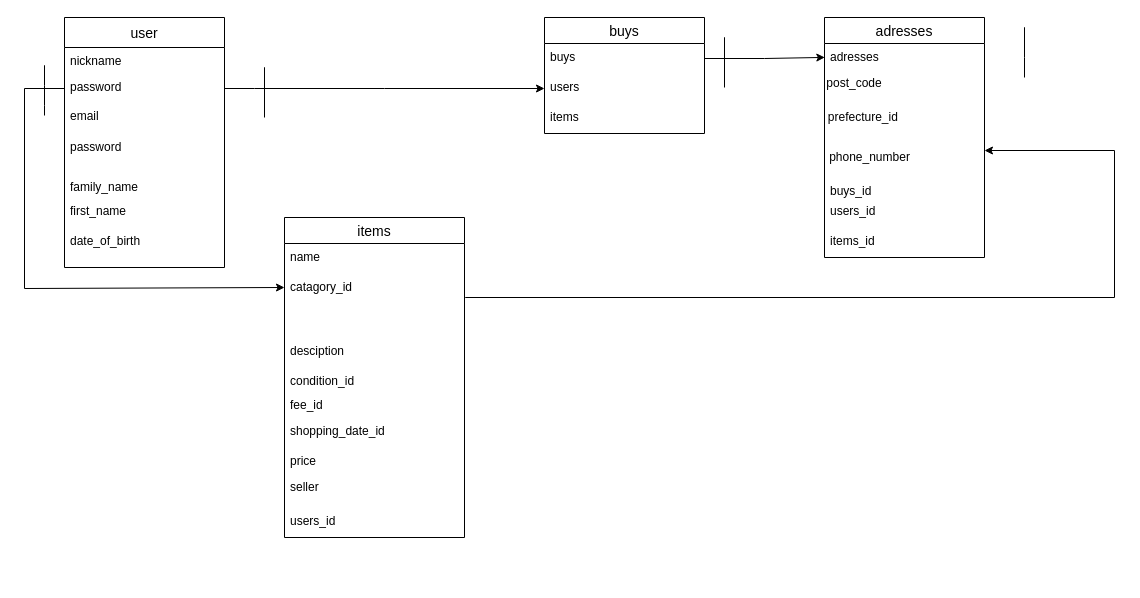
The draw.io diagram app/furima.dio in KINGKim2019/furima-29585, before the edit. Source tidied: cells renumbered, new cells numbered last; positions are measured from the earlier drawing's top-left corner, leaving out a move shared by most shapes. Both pictures are drawn from the tidied source at 100%, with x=0, y=0 at pixel (24, 17).
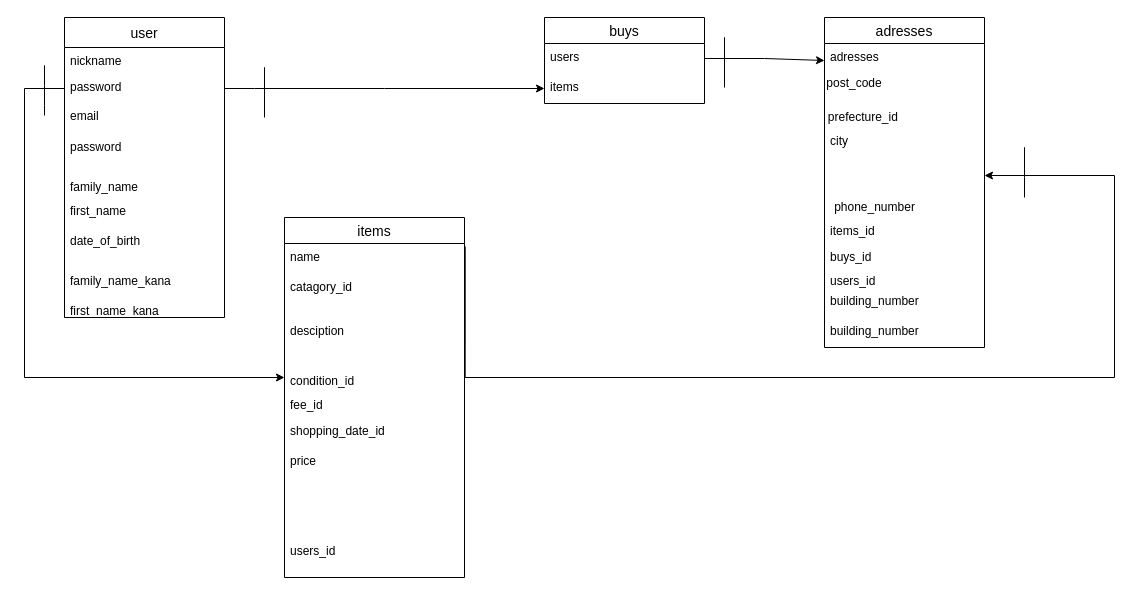
Above is the later version.

Unchanged cells that the change refers to:
```xml
<mxCell id="37" value="condition_id" style="text;strokeColor=none;fillColor=none;spacingLeft=4;spacingRight=4;overflow=hidden;points=[[0,0.5],[1,0.5]];portConstraint=eastwest;fontSize=12;" parent="1" vertex="1">
  <mxGeometry x="260" y="350" width="180" height="20" as="geometry" />
</mxCell>
```

Change to the diagram source:
```diff
@@
     <mxCell id="2" value="buys" style="swimlane;fontStyle=0;horizontal=1;startSize=26;align=center;fontSize=14;" parent="1" vertex="1">
-      <mxGeometry x="520" width="160" height="116" as="geometry" />
+      <mxGeometry x="520" width="160" height="86" as="geometry" />
     </mxCell>
-    <mxCell id="3" value="buys" style="text;strokeColor=none;fillColor=none;spacingLeft=4;spacingRight=4;overflow=hidden;points=[[0,0.5],[1,0.5]];portConstraint=eastwest;fontSize=12;" parent="2" vertex="1">
-      <mxGeometry y="26" width="160" height="30" as="geometry" />
-    </mxCell>
     <mxCell id="4" value="users" style="text;strokeColor=none;fillColor=none;spacingLeft=4;spacingRight=4;overflow=hidden;points=[[0,0.5],[1,0.5]];portConstraint=eastwest;fontSize=12;" parent="2" vertex="1">
-      <mxGeometry y="56" width="160" height="30" as="geometry" />
+      <mxGeometry y="26" width="160" height="30" as="geometry" />
     </mxCell>
     <mxCell id="5" value="items&#10;" style="text;strokeColor=none;fillColor=none;spacingLeft=4;spacingRight=4;overflow=hidden;points=[[0,0.5],[1,0.5]];portConstraint=eastwest;fontSize=12;" parent="2" vertex="1">
-      <mxGeometry y="86" width="160" height="30" as="geometry" />
+      <mxGeometry y="56" width="160" height="30" as="geometry" />
     </mxCell>
     <mxCell id="6" value="items" style="swimlane;fontStyle=0;horizontal=1;startSize=26;align=center;fontSize=14;" parent="1" vertex="1">
-      <mxGeometry x="260" y="200" width="180" height="320" as="geometry" />
+      <mxGeometry x="260" y="200" width="180" height="360" as="geometry" />
     </mxCell>
     <mxCell id="7" value="name" style="text;strokeColor=none;fillColor=none;spacingLeft=4;spacingRight=4;overflow=hidden;points=[[0,0.5],[1,0.5]];portConstraint=eastwest;fontSize=12;" parent="6" vertex="1">
-      <mxGeometry y="26" width="180" height="30" as="geometry" />
+      <mxGeometry y="26" width="180" height="294" as="geometry" />
     </mxCell>
-    <mxCell id="8" value="catagory_id&#10;" style="text;strokeColor=none;fillColor=none;spacingLeft=4;spacingRight=4;overflow=hidden;fontSize=12;" parent="6" vertex="1">
-      <mxGeometry y="56" width="180" height="264" as="geometry" />
-    </mxCell>
+    <mxCell id="33" value="users_id" style="text;strokeColor=none;fillColor=none;spacingLeft=4;spacingRight=4;overflow=hidden;fontSize=12;" parent="6" vertex="1">
+      <mxGeometry y="320" width="180" height="40" as="geometry" />
+    </mxCell>
     <mxCell id="9" value="adresses" style="swimlane;fontStyle=0;horizontal=1;startSize=26;align=center;fontSize=14;" parent="1" vertex="1">
-      <mxGeometry x="800" width="160" height="240" as="geometry" />
+      <mxGeometry x="800" width="160" height="330" as="geometry" />
     </mxCell>
     <mxCell id="10" value="adresses" style="text;strokeColor=none;fillColor=none;spacingLeft=4;spacingRight=4;overflow=hidden;points=[[0,0.5],[1,0.5]];portConstraint=eastwest;fontSize=12;" parent="9" vertex="1">
-      <mxGeometry y="26" width="160" height="214" as="geometry" />
+      <mxGeometry y="26" width="160" height="244" as="geometry" />
     </mxCell>
+    <mxCell id="40" value="building_number" style="text;strokeColor=none;fillColor=none;spacingLeft=4;spacingRight=4;overflow=hidden;fontSize=12;" parent="9" vertex="1">
+      <mxGeometry y="270" width="160" height="30" as="geometry" />
+    </mxCell>
+    <mxCell id="41" value="building_number" style="text;strokeColor=none;fillColor=none;spacingLeft=4;spacingRight=4;overflow=hidden;fontSize=12;" parent="9" vertex="1">
+      <mxGeometry y="300" width="160" height="30" as="geometry" />
+    </mxCell>
-    <mxCell id="11" style="edgeStyle=none;rounded=0;jettySize=auto;html=1;entryX=0;entryY=0.5;entryDx=0;entryDy=0;" parent="1" edge="1" target="4">
+    <mxCell id="11" style="edgeStyle=none;rounded=0;jettySize=auto;html=1;entryX=0;entryY=0.5;entryDx=0;entryDy=0;" parent="1" edge="1" target="5">
       <mxGeometry relative="1" as="geometry">
         <mxPoint x="200" y="71" as="sourcePoint" />
         <Array as="points">
           <mxPoint x="230" y="71" />
           <mxPoint x="360" y="71" />
         </Array>
       </mxGeometry>
     </mxCell>
-    <mxCell id="12" style="edgeStyle=none;rounded=0;orthogonalLoop=1;jettySize=auto;html=1;" parent="1" edge="1">
+    <mxCell id="12" style="edgeStyle=none;rounded=0;jettySize=auto;html=1;entryX=0;entryY=0.5;entryDx=0;entryDy=0;" parent="1" edge="1" target="37">
       <mxGeometry relative="1" as="geometry">
         <mxPoint x="40" y="71" as="sourcePoint" />
-        <mxPoint x="260" y="270" as="targetPoint" />
         <Array as="points">
           <mxPoint y="71" />
-          <mxPoint y="271" />
+          <mxPoint y="360" />
         </Array>
       </mxGeometry>
     </mxCell>
-    <mxCell id="13" style="edgeStyle=none;rounded=0;jettySize=auto;html=1;exitX=1;exitY=0.5;exitDx=0;exitDy=0;entryX=0.002;entryY=0.065;entryDx=0;entryDy=0;entryPerimeter=0;" parent="1" edge="1" source="3" target="10">
+    <mxCell id="13" style="edgeStyle=none;rounded=0;orthogonalLoop=1;jettySize=auto;html=1;exitX=1;exitY=0.5;exitDx=0;exitDy=0;" parent="1" edge="1">
       <mxGeometry relative="1" as="geometry">
+        <mxPoint x="680" y="41" as="sourcePoint" />
+        <mxPoint x="800" y="43" as="targetPoint" />
         <Array as="points">
           <mxPoint x="740" y="41" />
         </Array>
       </mxGeometry>
     </mxCell>
@@
-    <mxCell id="17" value="items_id" style="text;strokeColor=none;fillColor=none;spacingLeft=4;spacingRight=4;overflow=hidden;fontSize=12;" parent="1" vertex="1">
-      <mxGeometry x="800" y="210" width="160" height="30" as="geometry" />
-    </mxCell>
     <mxCell id="18" value="users_id" style="text;strokeColor=none;fillColor=none;spacingLeft=4;spacingRight=4;overflow=hidden;fontSize=12;" parent="1" vertex="1">
-      <mxGeometry x="800" y="180" width="160" height="30" as="geometry" />
+      <mxGeometry x="800" y="250" width="160" height="30" as="geometry" />
     </mxCell>
     <mxCell id="19" value="buys_id" style="text;strokeColor=none;fillColor=none;spacingLeft=4;spacingRight=4;overflow=hidden;fontSize=12;" parent="1" vertex="1">
-      <mxGeometry x="800" y="160" width="160" height="30" as="geometry" />
+      <mxGeometry x="800" y="226" width="160" height="30" as="geometry" />
     </mxCell>
@@
     <mxCell id="22" value="phone_number&lt;br&gt;" style="text;html=1;align=center;verticalAlign=middle;" parent="1" vertex="1">
-      <mxGeometry x="795" y="130" width="100" height="20" as="geometry" />
+      <mxGeometry x="800" y="180" width="100" height="20" as="geometry" />
     </mxCell>
     <mxCell id="23" style="endArrow=none;html=1;rounded=0;" parent="1" edge="1">
       <mxGeometry relative="1" as="geometry">
-        <mxPoint x="1000" y="60" as="sourcePoint" />
-        <mxPoint x="1000" y="20" as="targetPoint" />
+        <mxPoint x="1000" y="180" as="sourcePoint" />
+        <mxPoint x="1000" y="140" as="targetPoint" />
         <Array as="points">
-          <mxPoint x="1000" y="40" />
-          <mxPoint x="1000" y="10" />
+          <mxPoint x="1000" y="160" />
+          <mxPoint x="1000" y="130" />
         </Array>
       </mxGeometry>
     </mxCell>
@@
-    <mxCell id="26" style="edgeStyle=orthogonalEdgeStyle;rounded=0;jettySize=auto;html=1;" parent="1" edge="1" target="10">
+    <mxCell id="26" style="edgeStyle=orthogonalEdgeStyle;rounded=0;jettySize=auto;html=1;exitX=1.004;exitY=0.01;exitDx=0;exitDy=0;exitPerimeter=0;" parent="1" edge="1" source="7" target="10">
       <mxGeometry relative="1" as="geometry">
-        <mxPoint x="510" y="280" as="sourcePoint" />
         <Array as="points">
-          <mxPoint x="441" y="280" />
-          <mxPoint x="1090" y="280" />
-          <mxPoint x="1090" y="40" />
+          <mxPoint x="441" y="360" />
+          <mxPoint x="1090" y="360" />
+          <mxPoint x="1090" y="158" />
         </Array>
       </mxGeometry>
     </mxCell>
     <mxCell id="27" value="user" style="swimlane;fontStyle=0;horizontal=1;startSize=30;align=center;fontSize=14;" parent="1" vertex="1">
-      <mxGeometry x="40" width="160" height="250" as="geometry" />
+      <mxGeometry x="40" width="160" height="300" as="geometry" />
     </mxCell>
     <mxCell id="28" value="nickname" style="text;strokeColor=none;fillColor=none;spacingLeft=4;spacingRight=4;overflow=hidden;fontSize=12;" parent="27" vertex="1">
-      <mxGeometry y="30" width="160" height="220" as="geometry" />
+      <mxGeometry y="30" width="160" height="270" as="geometry" />
     </mxCell>
@@
-    <mxCell id="33" value="users_id" style="text;strokeColor=none;fillColor=none;spacingLeft=4;spacingRight=4;overflow=hidden;fontSize=12;" parent="1" vertex="1">
-      <mxGeometry x="260" y="490" width="170" height="34" as="geometry" />
-    </mxCell>
-    <mxCell id="34" value="seller" style="text;strokeColor=none;fillColor=none;spacingLeft=4;spacingRight=4;overflow=hidden;fontSize=12;" parent="1" vertex="1">
-      <mxGeometry x="260" y="456" width="170" height="34" as="geometry" />
-    </mxCell>
@@
+    <mxCell id="39" value="shopping_date_id" style="text;strokeColor=none;fillColor=none;spacingLeft=4;spacingRight=4;overflow=hidden;fontSize=12;" parent="1" vertex="1">
+      <mxGeometry x="260" y="400" width="110" height="30" as="geometry" />
+    </mxCell>
+    <mxCell id="42" value="family_name_kana" style="text;strokeColor=none;fillColor=none;spacingLeft=4;spacingRight=4;overflow=hidden;fontSize=12;" parent="1" vertex="1">
+      <mxGeometry x="40" y="250" width="140" height="30" as="geometry" />
+    </mxCell>
+    <mxCell id="43" value="first_name_kana" style="text;strokeColor=none;fillColor=none;spacingLeft=4;spacingRight=4;overflow=hidden;fontSize=12;" parent="1" vertex="1">
+      <mxGeometry x="40" y="280" width="140" height="30" as="geometry" />
+    </mxCell>
+    <mxCell id="8" value="catagory_id&#10;" style="text;strokeColor=none;fillColor=none;spacingLeft=4;spacingRight=4;overflow=hidden;fontSize=12;" parent="1" vertex="1">
+      <mxGeometry x="260" y="256" width="180" height="190" as="geometry" />
+    </mxCell>
     <mxCell id="38" value="desciption" style="text;strokeColor=none;fillColor=none;spacingLeft=4;spacingRight=4;overflow=hidden;fontSize=12;" parent="1" vertex="1">
-      <mxGeometry x="260" y="320" width="180" height="30" as="geometry" />
+      <mxGeometry x="260" y="300" width="180" height="30" as="geometry" />
     </mxCell>
-    <mxCell id="39" value="shopping_date_id" style="text;strokeColor=none;fillColor=none;spacingLeft=4;spacingRight=4;overflow=hidden;fontSize=12;" parent="1" vertex="1">
-      <mxGeometry x="260" y="400" width="110" height="30" as="geometry" />
-    </mxCell>
+    <mxCell id="44" value="city" style="text;strokeColor=none;fillColor=none;spacingLeft=4;spacingRight=4;overflow=hidden;fontSize=12;" parent="1" vertex="1">
+      <mxGeometry x="800" y="110" width="40" height="30" as="geometry" />
+    </mxCell>
+    <mxCell id="17" value="items_id" style="text;strokeColor=none;fillColor=none;spacingLeft=4;spacingRight=4;overflow=hidden;fontSize=12;" parent="1" vertex="1">
+      <mxGeometry x="800" y="200" width="160" height="30" as="geometry" />
+    </mxCell>
```
